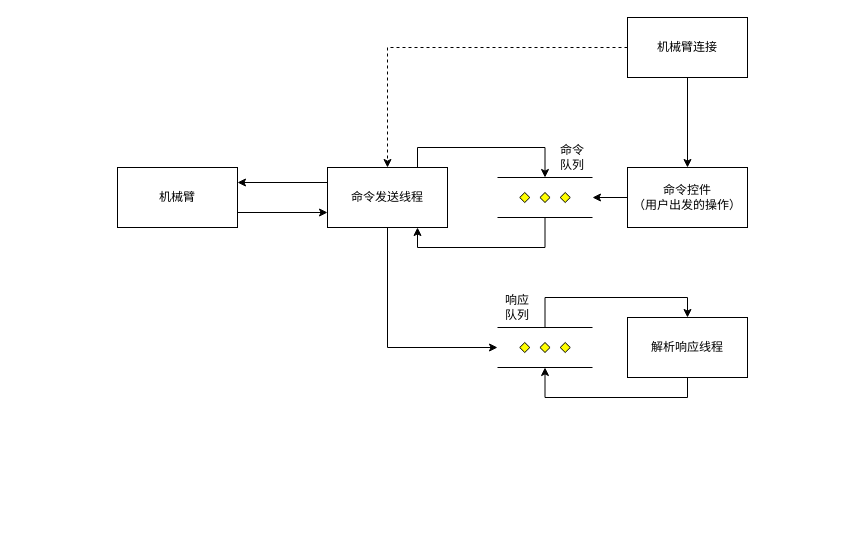
Above: page "v4.1.0上位机业务逻辑" (3 of 3) of docs/上位机核心逻辑设计.drawio in CoreJK/blinx_robot_arm_control (draw.io), before the change. Source tidied: cells renumbered, new cells numbered last; positions are measured from the earlier drawing's top-left corner, leaving out a move shared by most shapes. Both pictures are drawn from the tidied source at 100%, with x=0, y=0 at pixel (117, 17).
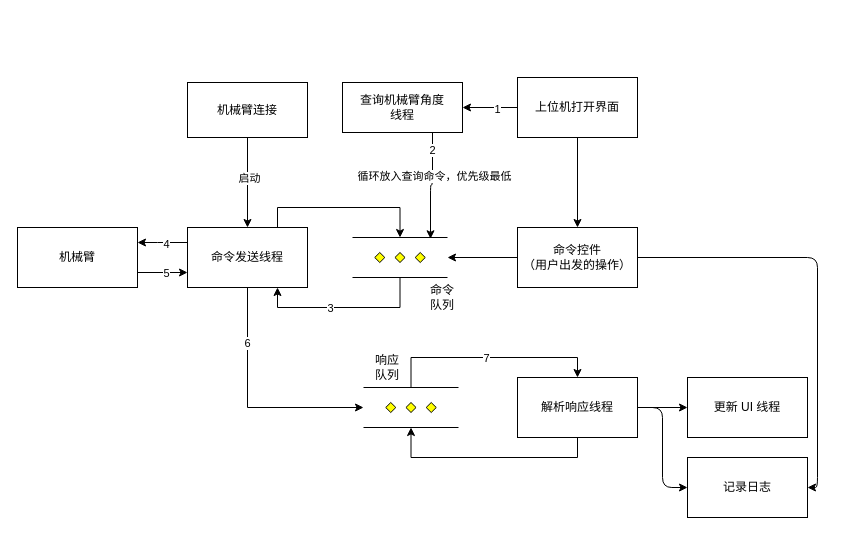
Above is the later version.

Unchanged cells that the change refers to:
```xml
<mxCell id="2" style="edgeStyle=orthogonalEdgeStyle;rounded=0;jettySize=auto;html=1;exitX=0.5;exitY=1;exitDx=0;exitDy=0;exitPerimeter=0;entryX=0.75;entryY=1;entryDx=0;entryDy=0;" parent="1" edge="1" source="3" target="7">
  <mxGeometry relative="1" as="geometry" />
</mxCell>
<mxCell id="4" style="edgeStyle=orthogonalEdgeStyle;rounded=0;jettySize=auto;html=1;exitX=0.5;exitY=0;exitDx=0;exitDy=0;exitPerimeter=0;entryX=0.5;entryY=0;entryDx=0;entryDy=0;" parent="1" edge="1" source="5" target="19">
  <mxGeometry relative="1" as="geometry" />
</mxCell>
<mxCell id="8" style="edgeStyle=orthogonalEdgeStyle;rounded=0;jettySize=auto;html=1;exitX=1;exitY=0.75;exitDx=0;exitDy=0;entryX=0;entryY=0.75;entryDx=0;entryDy=0;" parent="1" edge="1" source="9" target="7">
  <mxGeometry relative="1" as="geometry" />
</mxCell>
<mxCell id="18" style="edgeStyle=orthogonalEdgeStyle;rounded=0;jettySize=auto;html=1;exitX=0.5;exitY=1;exitDx=0;exitDy=0;entryX=0;entryY=0.5;entryDx=0;entryDy=0;entryPerimeter=0;" parent="1" edge="1" source="7" target="5">
  <mxGeometry relative="1" as="geometry" />
</mxCell>
```

The edit, as a diff of the source:
```diff
@@
+    <mxCell id="21" value="3" style="edgeLabel;html=1;align=center;verticalAlign=middle;" parent="2" vertex="1">
+      <mxGeometry x="0.17" y="-1" relative="1" as="geometry">
+        <mxPoint x="1" y="1" as="offset" />
+      </mxGeometry>
+    </mxCell>
     <mxCell id="3" style="verticalLabelPosition=bottom;verticalAlign=top;html=1;shape=mxgraph.flowchart.parallel_mode;" parent="1" vertex="1">
-      <mxGeometry x="380" y="160" width="95" height="40" as="geometry" />
+      <mxGeometry x="235" y="220" width="95" height="40" as="geometry" />
     </mxCell>
@@
+    <mxCell id="22" value="7" style="edgeLabel;html=1;align=center;verticalAlign=middle;" parent="4" vertex="1">
+      <mxGeometry x="-0.03" relative="1" as="geometry" />
+    </mxCell>
     <mxCell id="5" style="verticalLabelPosition=bottom;verticalAlign=top;html=1;shape=mxgraph.flowchart.parallel_mode;" parent="1" vertex="1">
-      <mxGeometry x="380" y="310" width="95" height="40" as="geometry" />
+      <mxGeometry x="246" y="370" width="95" height="40" as="geometry" />
     </mxCell>
     <mxCell id="6" style="edgeStyle=orthogonalEdgeStyle;rounded=0;jettySize=auto;html=1;exitX=0;exitY=0.25;exitDx=0;exitDy=0;entryX=1;entryY=0.25;entryDx=0;entryDy=0;" parent="1" edge="1" source="7" target="9">
-      <mxGeometry relative="1" as="geometry" />
+      <mxGeometry relative="1" as="geometry">
+        <Array as="points">
+          <mxPoint x="40" y="225" />
+          <mxPoint x="40" y="225" />
+        </Array>
+      </mxGeometry>
     </mxCell>
+    <mxCell id="23" value="4" style="edgeLabel;html=1;align=center;verticalAlign=middle;" parent="6" vertex="1">
+      <mxGeometry x="-0.12" y="1" relative="1" as="geometry" />
+    </mxCell>
     <mxCell id="7" value="命令发送线程" style="rounded=0;whiteSpace=wrap;html=1;" parent="1" vertex="1">
-      <mxGeometry x="210" y="150" width="120" height="60" as="geometry" />
+      <mxGeometry x="70" y="210" width="120" height="60" as="geometry" />
     </mxCell>
@@
+    <mxCell id="24" value="5" style="edgeLabel;html=1;align=center;verticalAlign=middle;" parent="8" vertex="1">
+      <mxGeometry x="0.11" relative="1" as="geometry" />
+    </mxCell>
     <mxCell id="9" value="机械臂" style="rounded=0;whiteSpace=wrap;html=1;" parent="1" vertex="1">
-      <mxGeometry y="150" width="120" height="60" as="geometry" />
+      <mxGeometry x="-100" y="210" width="120" height="60" as="geometry" />
     </mxCell>
+    <mxCell id="25" style="edgeStyle=orthogonalEdgeStyle;html=1;exitX=1;exitY=0.5;exitDx=0;exitDy=0;entryX=1;entryY=0.5;entryDx=0;entryDy=0;" parent="1" edge="1" source="10" target="36">
+      <mxGeometry relative="1" as="geometry">
+        <Array as="points">
+          <mxPoint x="700" y="240" />
+          <mxPoint x="700" y="470" />
+        </Array>
+      </mxGeometry>
+    </mxCell>
     <mxCell id="10" value="命令控件&lt;br&gt;（用户出发的操作）" style="rounded=0;whiteSpace=wrap;html=1;" parent="1" vertex="1">
-      <mxGeometry x="510" y="150" width="120" height="60" as="geometry" />
+      <mxGeometry x="400" y="210" width="120" height="60" as="geometry" />
     </mxCell>
@@
     <mxCell id="13" value="命令&lt;br&gt;队列" style="text;html=1;strokeColor=none;fillColor=none;align=center;verticalAlign=middle;whiteSpace=wrap;rounded=0;" parent="1" vertex="1">
-      <mxGeometry x="435" y="130" width="40" height="20" as="geometry" />
+      <mxGeometry x="305" y="270" width="40" height="20" as="geometry" />
     </mxCell>
     <mxCell id="14" value="响应&lt;br&gt;队列" style="text;html=1;strokeColor=none;fillColor=none;align=center;verticalAlign=middle;whiteSpace=wrap;rounded=0;" parent="1" vertex="1">
-      <mxGeometry x="380" y="280" width="40" height="20" as="geometry" />
+      <mxGeometry x="250" y="340" width="40" height="20" as="geometry" />
     </mxCell>
@@
-    <mxCell id="16" style="edgeStyle=orthogonalEdgeStyle;rounded=0;jettySize=auto;html=1;exitX=0;exitY=0.5;exitDx=0;exitDy=0;dashed=1;" parent="1" edge="1" source="17" target="7">
-      <mxGeometry relative="1" as="geometry" />
-    </mxCell>
+    <mxCell id="26" style="edgeStyle=orthogonalEdgeStyle;html=1;exitX=0;exitY=0.5;exitDx=0;exitDy=0;" parent="1" edge="1" source="17" target="34">
+      <mxGeometry relative="1" as="geometry" />
+    </mxCell>
+    <mxCell id="27" value="1" style="edgeLabel;html=1;align=center;verticalAlign=middle;" parent="26" vertex="1">
+      <mxGeometry x="-0.23" y="1" relative="1" as="geometry" />
+    </mxCell>
-    <mxCell id="17" value="机械臂连接" style="rounded=0;whiteSpace=wrap;html=1;" parent="1" vertex="1">
-      <mxGeometry x="510" width="120" height="60" as="geometry" />
+    <mxCell id="17" value="上位机打开界面" style="rounded=0;whiteSpace=wrap;html=1;" parent="1" vertex="1">
+      <mxGeometry x="400" y="60" width="120" height="60" as="geometry" />
     </mxCell>
@@
+    <mxCell id="28" value="6" style="edgeLabel;html=1;align=center;verticalAlign=middle;" parent="18" vertex="1">
+      <mxGeometry x="-0.53" y="-1" relative="1" as="geometry" />
+    </mxCell>
+    <mxCell id="29" style="edgeStyle=orthogonalEdgeStyle;html=1;exitX=1;exitY=0.5;exitDx=0;exitDy=0;entryX=0;entryY=0.5;entryDx=0;entryDy=0;" parent="1" edge="1" source="19" target="35">
+      <mxGeometry relative="1" as="geometry" />
+    </mxCell>
+    <mxCell id="30" style="edgeStyle=orthogonalEdgeStyle;html=1;exitX=1;exitY=0.5;exitDx=0;exitDy=0;entryX=0;entryY=0.5;entryDx=0;entryDy=0;" parent="1" edge="1" source="19" target="36">
+      <mxGeometry relative="1" as="geometry" />
+    </mxCell>
     <mxCell id="19" value="解析响应线程" style="rounded=0;whiteSpace=wrap;html=1;" parent="1" vertex="1">
-      <mxGeometry x="510" y="300" width="120" height="60" as="geometry" />
+      <mxGeometry x="400" y="360" width="120" height="60" as="geometry" />
     </mxCell>
@@
+    <mxCell id="31" style="edgeStyle=orthogonalEdgeStyle;html=1;exitX=0.75;exitY=1;exitDx=0;exitDy=0;entryX=0.821;entryY=0.032;entryDx=0;entryDy=0;entryPerimeter=0;" parent="1" edge="1" source="34" target="3">
+      <mxGeometry relative="1" as="geometry" />
+    </mxCell>
+    <mxCell id="32" value="循环放入查询命令，优先级最低" style="edgeLabel;html=1;align=center;verticalAlign=middle;" parent="31" vertex="1">
+      <mxGeometry x="-0.21" y="1" relative="1" as="geometry" />
+    </mxCell>
+    <mxCell id="33" value="2" style="edgeLabel;html=1;align=center;verticalAlign=middle;" parent="31" vertex="1">
+      <mxGeometry x="-0.69" y="-1" relative="1" as="geometry" />
+    </mxCell>
+    <mxCell id="34" value="查询机械臂角度&lt;br&gt;线程" style="rounded=0;whiteSpace=wrap;html=1;" parent="1" vertex="1">
+      <mxGeometry x="225" y="65" width="120" height="50" as="geometry" />
+    </mxCell>
+    <mxCell id="35" value="更新 UI 线程" style="rounded=0;whiteSpace=wrap;html=1;" parent="1" vertex="1">
+      <mxGeometry x="570" y="360" width="120" height="60" as="geometry" />
+    </mxCell>
+    <mxCell id="36" value="记录日志" style="rounded=0;whiteSpace=wrap;html=1;" parent="1" vertex="1">
+      <mxGeometry x="570" y="440" width="120" height="60" as="geometry" />
+    </mxCell>
+    <mxCell id="37" style="edgeStyle=none;html=1;exitX=0.5;exitY=1;exitDx=0;exitDy=0;entryX=0.5;entryY=0;entryDx=0;entryDy=0;" parent="1" edge="1" source="39" target="7">
+      <mxGeometry relative="1" as="geometry" />
+    </mxCell>
+    <mxCell id="38" value="启动" style="edgeLabel;html=1;align=center;verticalAlign=middle;" parent="37" vertex="1">
+      <mxGeometry x="-0.12" y="1" relative="1" as="geometry" />
+    </mxCell>
+    <mxCell id="39" value="机械臂连接" style="rounded=0;whiteSpace=wrap;html=1;" parent="1" vertex="1">
+      <mxGeometry x="70" y="65" width="120" height="55" as="geometry" />
+    </mxCell>
```
